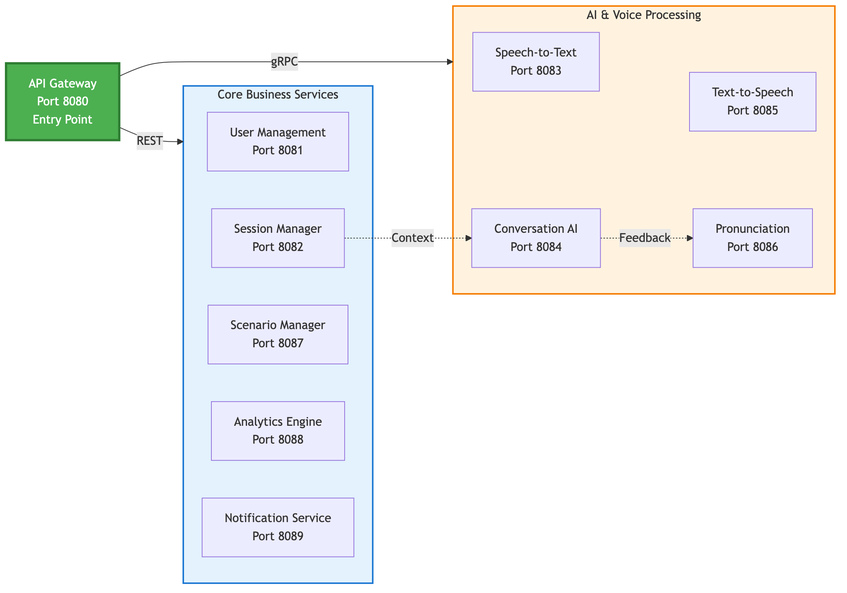
AzamkhonKh/ai_sla_vr keeps this Mermaid diagram as figures/02_structure/level_1/sysml-bdd-01-backend.png. Above is the earlier version. Its source is kept beside it as figures/02_structure/level_1/sysml-bdd-01-backend.mmd. Its diagram source:
```mermaid
graph LR
    Gateway["API Gateway<br/>Port 8080<br/>Entry Point"]

    subgraph Core["Core Business Services"]
        direction TB
        User["User Management<br/>Port 8081"]
        Session["Session Manager<br/>Port 8082"]
        Scenario["Scenario Manager<br/>Port 8087"]
        Analytics["Analytics Engine<br/>Port 8088"]
        Notify["Notification Service<br/>Port 8089"]
    end

    subgraph AI["AI & Voice Processing"]
        direction TB
        STT["Speech-to-Text<br/>Port 8083"]
        Conv["Conversation AI<br/>Port 8084"]
        TTS["Text-to-Speech<br/>Port 8085"]
        Pronun["Pronunciation<br/>Port 8086"]
    end

    Gateway -->|REST| Core
    Gateway -->|gRPC| AI

    Session -.->|Context| Conv
    Conv -.->|Feedback| Pronun

    style Gateway fill:#4CAF50,stroke:#2E7D32,stroke-width:3px,color:#fff
    style Core fill:#E3F2FD,stroke:#1976D2,stroke-width:2px
    style AI fill:#FFF3E0,stroke:#F57C00,stroke-width:2px
```
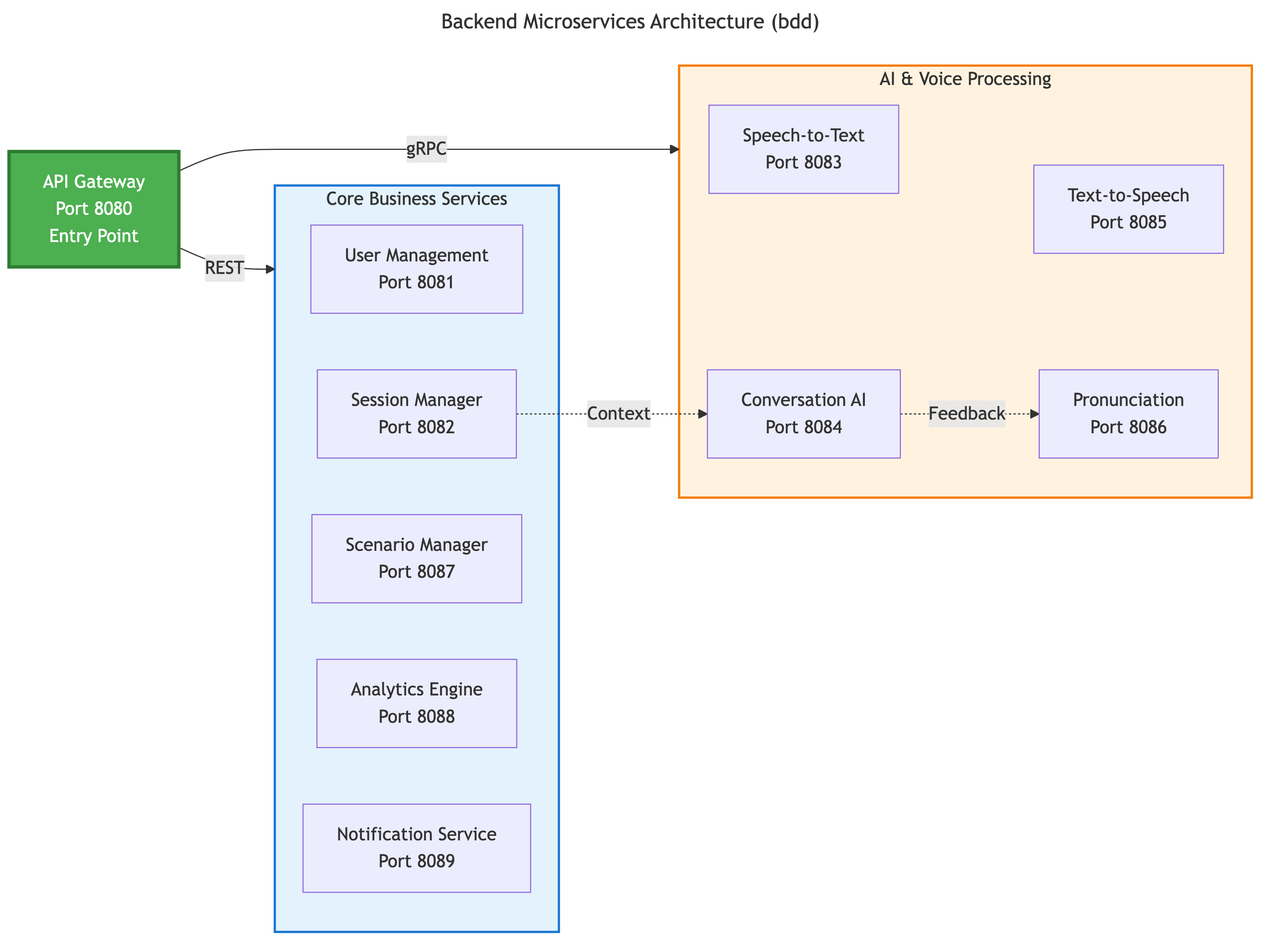
After the commit.

Change to the diagram source:
```diff
@@ -1,3 +1,6 @@
+---
+title: Backend Microservices Architecture (bdd)
+---
 graph LR
     Gateway["API Gateway<br/>Port 8080<br/>Entry Point"]
 
```
